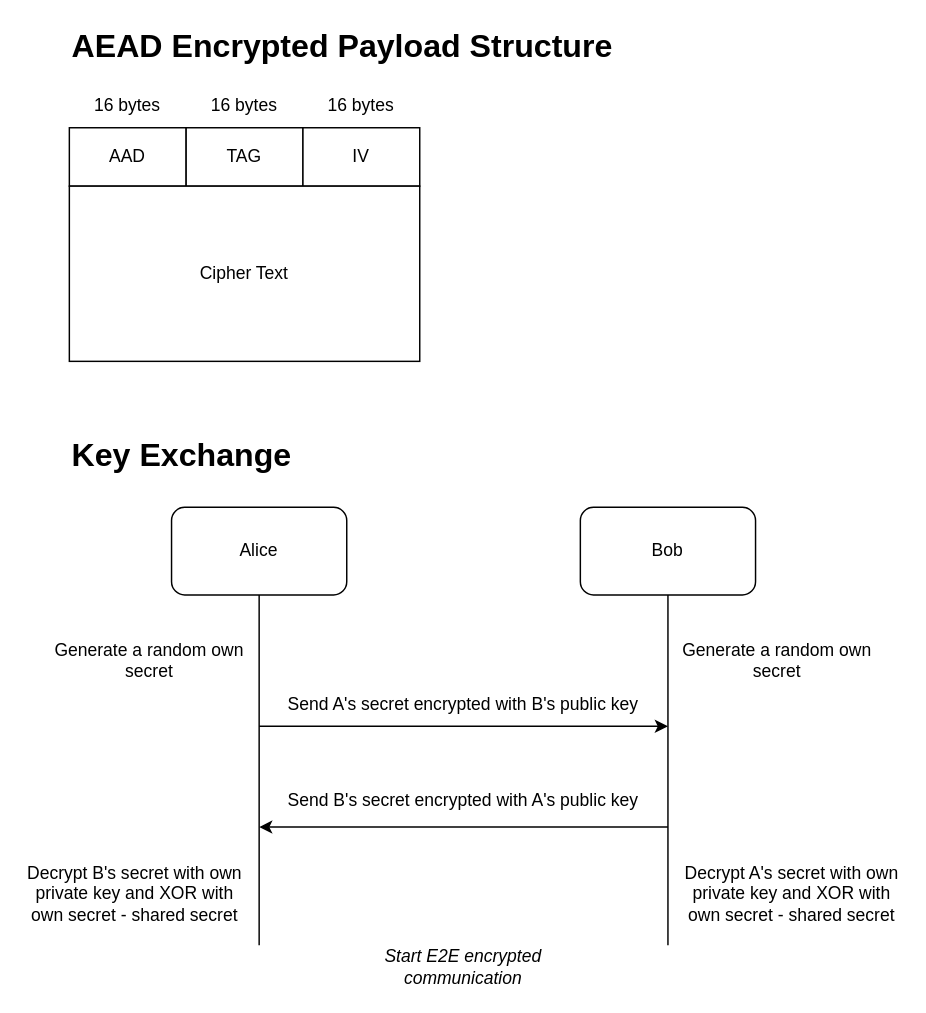
Above: page "Encrypted Packet" (8 of 10) of Software-Architecture.drawio in Prototype-Aether/Prototype-Aether (draw.io), before the change. Source tidied: cells renumbered, new cells numbered last; positions are measured from the earlier drawing's top-left corner, leaving out a move shared by most shapes. Both pictures are drawn from the tidied source at 146%, with x=0, y=0 at pixel (25, 25).
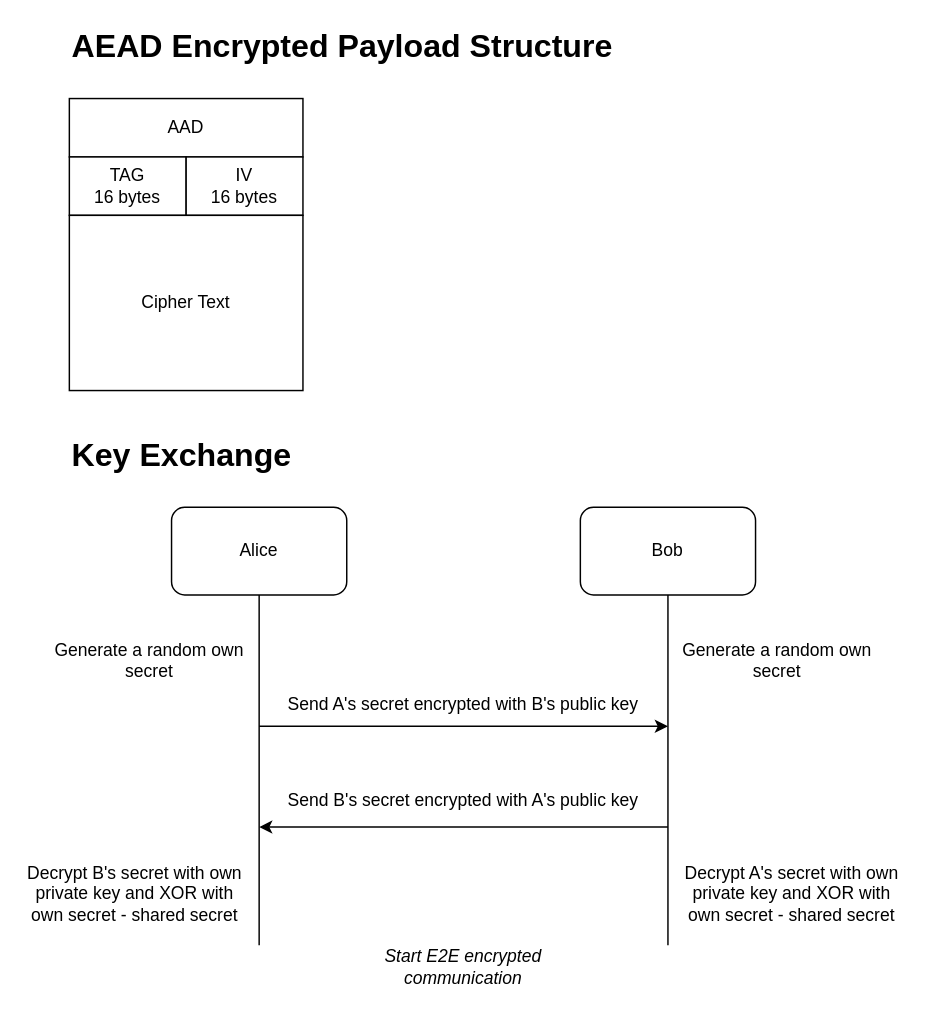
Above is the later version.

The edit, as a diff of the source:
```diff
@@
     <mxCell id="2" value="AAD" style="rounded=0;whiteSpace=wrap;html=1;" parent="1" vertex="1">
-      <mxGeometry x="30" y="70" width="80" height="40" as="geometry" />
+      <mxGeometry x="30" y="50" width="160" height="40" as="geometry" />
     </mxCell>
-    <mxCell id="3" value="16 bytes" style="text;html=1;strokeColor=none;fillColor=none;align=center;verticalAlign=middle;whiteSpace=wrap;rounded=0;" parent="1" vertex="1">
-      <mxGeometry x="40" y="40" width="60" height="30" as="geometry" />
-    </mxCell>
@@
-    <mxCell id="5" value="TAG" style="rounded=0;whiteSpace=wrap;html=1;" parent="1" vertex="1">
-      <mxGeometry x="110" y="70" width="80" height="40" as="geometry" />
+    <mxCell id="5" value="&lt;div&gt;TAG&lt;br&gt;&lt;/div&gt;16 bytes" style="rounded=0;whiteSpace=wrap;html=1;" parent="1" vertex="1">
+      <mxGeometry x="30" y="90" width="80" height="40" as="geometry" />
     </mxCell>
-    <mxCell id="6" value="IV" style="rounded=0;whiteSpace=wrap;html=1;" parent="1" vertex="1">
-      <mxGeometry x="190" y="70" width="80" height="40" as="geometry" />
+    <mxCell id="6" value="&lt;div&gt;IV&lt;br&gt;&lt;/div&gt;16 bytes" style="rounded=0;whiteSpace=wrap;html=1;" parent="1" vertex="1">
+      <mxGeometry x="110" y="90" width="80" height="40" as="geometry" />
     </mxCell>
     <mxCell id="7" value="Cipher Text" style="rounded=0;whiteSpace=wrap;html=1;" parent="1" vertex="1">
-      <mxGeometry x="30" y="110" width="240" height="120" as="geometry" />
+      <mxGeometry x="30" y="130" width="160" height="120" as="geometry" />
     </mxCell>
-    <mxCell id="8" value="16 bytes" style="text;html=1;strokeColor=none;fillColor=none;align=center;verticalAlign=middle;whiteSpace=wrap;rounded=0;" parent="1" vertex="1">
-      <mxGeometry x="120" y="40" width="60" height="30" as="geometry" />
-    </mxCell>
-    <mxCell id="9" value="16 bytes" style="text;html=1;strokeColor=none;fillColor=none;align=center;verticalAlign=middle;whiteSpace=wrap;rounded=0;" parent="1" vertex="1">
-      <mxGeometry x="200" y="40" width="60" height="30" as="geometry" />
-    </mxCell>
```
